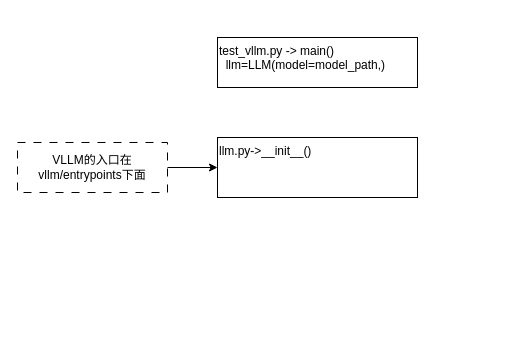
redfish1030/draw.io keeps this draw.io diagram as vllm.drawio. Above is the earlier version. Source tidied: cells renumbered, new cells numbered last; positions are measured from the earlier drawing's top-left corner, leaving out a move shared by most shapes. Both pictures are drawn from the tidied source at 100%, with x=0, y=0 at pixel (17, 37).
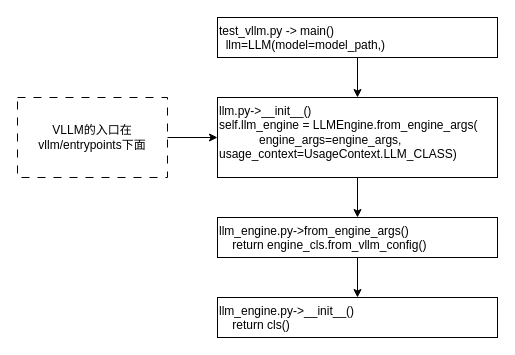
After the change.

Diff of the diagram source:
```diff
@@
 <mxGraphModel>
   <root>
     <mxCell id="0" />
     <mxCell id="1" parent="0" />
+    <mxCell id="6" style="edgeStyle=orthogonalEdgeStyle;rounded=0;jettySize=auto;html=1;" parent="1" edge="1" source="2" target="9">
+      <mxGeometry relative="1" as="geometry" />
+    </mxCell>
-    <mxCell id="2" value="llm.py-&amp;gt;__init__()&lt;br&gt;&lt;div&gt;&lt;br&gt;&lt;/div&gt;" style="rounded=0;whiteSpace=wrap;html=1;align=left;verticalAlign=top;" parent="1" vertex="1">
-      <mxGeometry x="200" y="100" width="200" height="60" as="geometry" />
+    <mxCell id="2" value="llm.py-&amp;gt;__init__()&lt;br&gt;&lt;div&gt;&lt;div&gt;self.llm_engine = LLMEngine.from_engine_args(&lt;/div&gt;&lt;div&gt;&amp;nbsp; &amp;nbsp; &amp;nbsp; &amp;nbsp; &amp;nbsp; &amp;nbsp; engine_args=engine_args, usage_context=UsageContext.LLM_CLASS)&lt;/div&gt;&lt;/div&gt;" style="rounded=0;whiteSpace=wrap;html=1;align=left;verticalAlign=top;" parent="1" vertex="1">
+      <mxGeometry x="200" y="60" width="280" height="80" as="geometry" />
     </mxCell>
     <mxCell id="3" style="edgeStyle=orthogonalEdgeStyle;rounded=0;jettySize=auto;html=1;" parent="1" edge="1" source="4" target="2">
       <mxGeometry relative="1" as="geometry" />
     </mxCell>
     <mxCell id="4" value="VLLM的入口在 vllm/entrypoints下面" style="text;html=1;align=center;verticalAlign=middle;whiteSpace=wrap;rounded=0;strokeColor=default;dashed=1;dashPattern=8 8;" parent="1" vertex="1">
-      <mxGeometry y="105" width="150" height="50" as="geometry" />
+      <mxGeometry y="60" width="150" height="80" as="geometry" />
     </mxCell>
+    <mxCell id="7" style="edgeStyle=orthogonalEdgeStyle;rounded=0;jettySize=auto;html=1;" parent="1" edge="1" source="5" target="2">
+      <mxGeometry relative="1" as="geometry" />
+    </mxCell>
     <mxCell id="5" value="test_vllm.py -&amp;gt; main()&lt;div&gt;&amp;nbsp; llm=LLM(model=model_path,)&lt;/div&gt;" style="rounded=0;whiteSpace=wrap;html=1;align=left;verticalAlign=top;" parent="1" vertex="1">
-      <mxGeometry x="200" width="200" height="50" as="geometry" />
+      <mxGeometry x="200" y="-20" width="280" height="40" as="geometry" />
     </mxCell>
+    <mxCell id="8" style="edgeStyle=orthogonalEdgeStyle;rounded=0;jettySize=auto;html=1;fontFamily=Helvetica;fontSize=12;fontColor=default;" parent="1" edge="1" source="9" target="10">
+      <mxGeometry relative="1" as="geometry" />
+    </mxCell>
+    <mxCell id="9" value="llm_engine.py-&amp;gt;from_engine_args()&lt;br&gt;&amp;nbsp; &amp;nbsp; return engine_cls.from_vllm_config()" style="rounded=0;whiteSpace=wrap;html=1;align=left;verticalAlign=top;" parent="1" vertex="1">
+      <mxGeometry x="200" y="180" width="280" height="40" as="geometry" />
+    </mxCell>
+    <mxCell id="10" value="llm_engine.py-&amp;gt;__init__()&lt;br&gt;&amp;nbsp; &amp;nbsp; return cls()" style="rounded=0;whiteSpace=wrap;html=1;align=left;verticalAlign=top;" parent="1" vertex="1">
+      <mxGeometry x="200" y="260" width="280" height="40" as="geometry" />
+    </mxCell>
   </root>
 </mxGraphModel>
```
